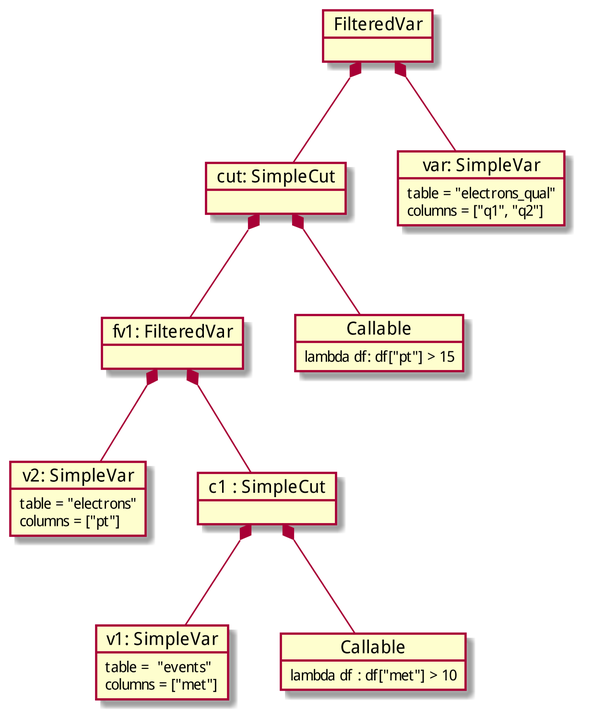
Earlier version of the PlantUML export docs/diagrams/fv-uc-02.png (marcpaterno/pandana3-design).
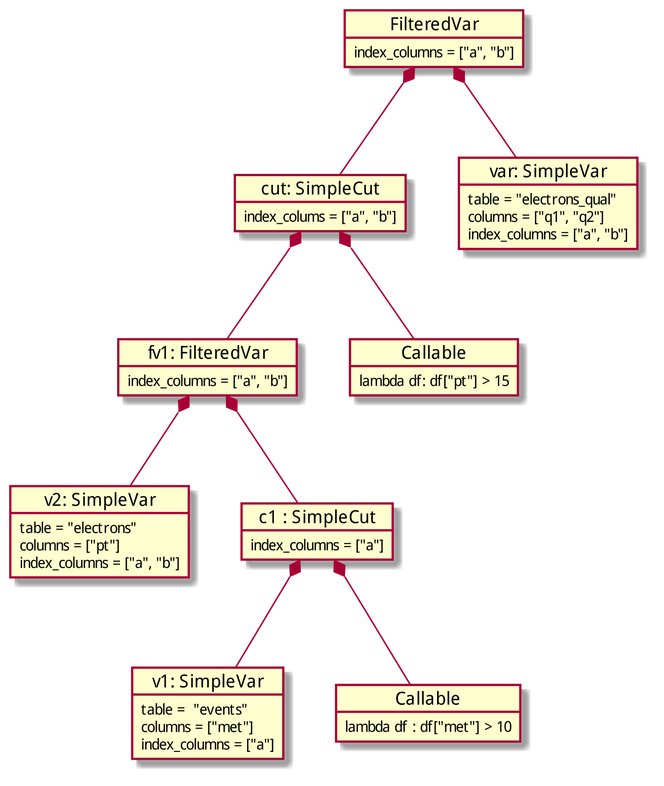
After the commit.

What changed in the source:
```diff
@@ -4,17 +4,21 @@
 object "v2: SimpleVar" as var {
   table = "electrons"
   columns = ["pt"]
+  index_columns = ["a", "b"]
 }
 
 object "c1 : SimpleCut" as cut {
+  index_columns = ["a"]
 }
 
 object "v1: SimpleVar" as met {
   table =  "events"
   columns = ["met"]
+  index_columns = ["a"]
 }
 
 object "fv1: FilteredVar" as fv1 {
+  index_columns = ["a", "b"]
 }
 
 object "Callable" as pred {
@@ -22,14 +26,17 @@
 }
 
 object "FilteredVar" as fv2 {
+ index_columns = ["a", "b"]
 }
 
 object "cut: SimpleCut" as cut2 {
+  index_colums = ["a", "b"]
 }
 
 object "var: SimpleVar" as qual {
   table = "electrons_qual"
   columns = ["q1", "q2"]
+  index_columns = ["a", "b"]
 }
 
 object "Callable" as pred2 {
```
